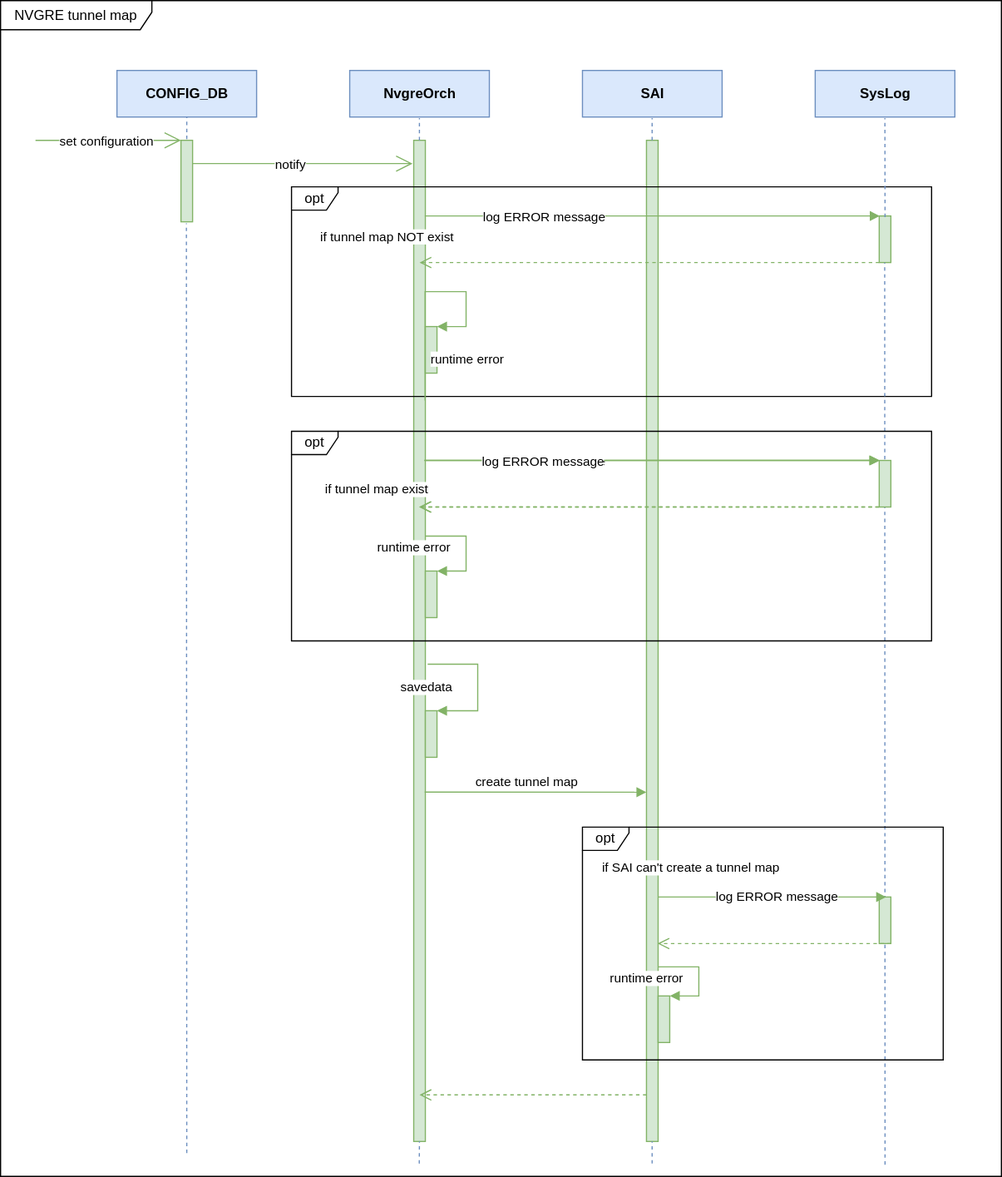
Earlier version of the draw.io export doc/nvgre_tunnel/images/nvgre_tunnel_create_uml.svg (sonic-net/SONiC). Source tidied: cells renumbered, new cells last; positions are measured from the earlier drawing's top-left corner, leaving out a move shared by most shapes.
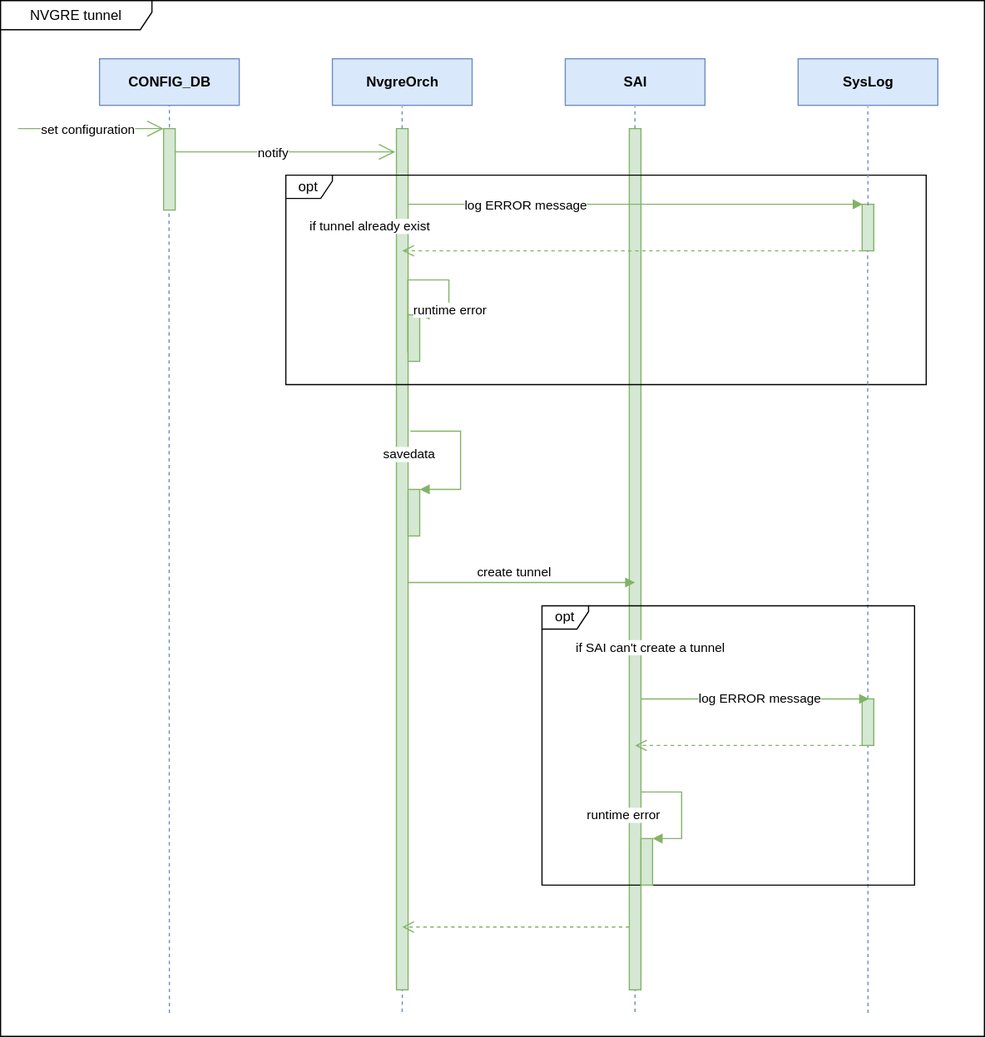
The same diagram one commit later.

Change to the diagram source:
```diff
@@ -26,7 +26,7 @@
       </mxGeometry>
     </mxCell>
     <mxCell id="8" style="html=1;points=[];perimeter=orthogonalPerimeter;fillColor=#d5e8d4;strokeColor=#82b366;" parent="1" vertex="1">
-      <mxGeometry x="355" y="120" width="10" height="860" as="geometry" />
+      <mxGeometry x="355" y="120" width="10" height="740" as="geometry" />
     </mxCell>
     <mxCell id="9" style="endArrow=open;endFill=1;endSize=12;html=1;fillColor=#d5e8d4;strokeColor=#82b366;" parent="1" edge="1">
       <mxGeometry relative="1" as="geometry">
@@ -40,12 +40,12 @@
       </mxGeometry>
     </mxCell>
     <mxCell id="11" style="html=1;points=[];perimeter=orthogonalPerimeter;fillColor=#d5e8d4;strokeColor=#82b366;" parent="1" vertex="1">
-      <mxGeometry x="555" y="120" width="10" height="860" as="geometry" />
+      <mxGeometry x="555" y="120" width="10" height="740" as="geometry" />
     </mxCell>
     <mxCell id="12" value="opt" style="shape=umlFrame;whiteSpace=wrap;html=1;width=40;height=20;fillColor=#FFFFFF;" parent="1" vertex="1">
-      <mxGeometry x="250" y="160" width="550" height="180" as="geometry" />
+      <mxGeometry x="260" y="160" width="550" height="180" as="geometry" />
     </mxCell>
-    <mxCell id="13" value="if tunnel map NOT exist" style="edgeLabel;html=1;align=center;verticalAlign=middle;" parent="1" vertex="1">
+    <mxCell id="13" value="if tunnel already exist" style="edgeLabel;html=1;align=center;verticalAlign=middle;" parent="1" vertex="1">
       <mxGeometry x="330" y="205" as="geometry">
         <mxPoint x="1" y="-2" as="offset" />
       </mxGeometry>
@@ -97,32 +97,32 @@
     </mxCell>
     <mxCell id="22" style="endArrow=none;dashed=1;html=1;shadow=0;fillColor=#dae8fc;strokeColor=#6c8ebf;" parent="1" edge="1">
       <mxGeometry relative="1" as="geometry">
-        <mxPoint x="760" y="1000" as="sourcePoint" />
+        <mxPoint x="760" y="880" as="sourcePoint" />
         <mxPoint x="759.7" y="225" as="targetPoint" />
       </mxGeometry>
     </mxCell>
     <mxCell id="23" style="endArrow=none;dashed=1;html=1;shadow=0;fillColor=#dae8fc;strokeColor=#6c8ebf;entryX=0.467;entryY=1.018;entryDx=0;entryDy=0;entryPerimeter=0;" parent="1" edge="1" target="5">
       <mxGeometry relative="1" as="geometry">
-        <mxPoint x="160" y="990" as="sourcePoint" />
+        <mxPoint x="160" y="880" as="sourcePoint" />
       </mxGeometry>
     </mxCell>
     <mxCell id="24" style="endArrow=none;dashed=1;html=1;shadow=0;fillColor=#dae8fc;strokeColor=#6c8ebf;" parent="1" edge="1">
       <mxGeometry relative="1" as="geometry">
-        <mxPoint x="359.8" y="999" as="sourcePoint" />
-        <mxPoint x="359.8" y="980" as="targetPoint" />
+        <mxPoint x="359.9" y="879" as="sourcePoint" />
+        <mxPoint x="359.9" y="860" as="targetPoint" />
         <Array as="points">
-          <mxPoint x="359.9" y="980" />
+          <mxPoint x="360.1" y="860" />
         </Array>
       </mxGeometry>
     </mxCell>
     <mxCell id="25" style="endArrow=none;dashed=1;html=1;shadow=0;fillColor=#dae8fc;strokeColor=#6c8ebf;" parent="1" edge="1">
       <mxGeometry relative="1" as="geometry">
-        <mxPoint x="559.9" y="999" as="sourcePoint" />
-        <mxPoint x="559.9" y="980" as="targetPoint" />
+        <mxPoint x="559.9" y="879" as="sourcePoint" />
+        <mxPoint x="559.9" y="860" as="targetPoint" />
       </mxGeometry>
     </mxCell>
-    <mxCell id="26" value="NVGRE tunnel map" style="shape=umlFrame;whiteSpace=wrap;html=1;fillColor=#FFFFFF;width=130;height=25;" parent="1" vertex="1">
-      <mxGeometry width="860" height="1010" as="geometry" />
+    <mxCell id="26" value="NVGRE tunnel" style="shape=umlFrame;whiteSpace=wrap;html=1;fillColor=#FFFFFF;width=130;height=25;" parent="1" vertex="1">
+      <mxGeometry x="15" y="10" width="845" height="890" as="geometry" />
     </mxCell>
     <mxCell id="27" style="html=1;points=[];perimeter=orthogonalPerimeter;fillColor=#d5e8d4;strokeColor=#82b366;" parent="1" vertex="1">
       <mxGeometry x="365" y="280" width="10" height="40" as="geometry" />
@@ -136,123 +136,67 @@
         <mxPoint x="-45" y="-36" as="offset" />
       </mxGeometry>
     </mxCell>
-    <mxCell id="29" value="opt" style="shape=umlFrame;whiteSpace=wrap;html=1;width=40;height=20;fillColor=#FFFFFF;" parent="1" vertex="1">
-      <mxGeometry x="250" y="370" width="550" height="180" as="geometry" />
-    </mxCell>
-    <mxCell id="30" style="html=1;perimeter=orthogonalPerimeter;fillColor=#d5e8d4;strokeColor=#82b366;" parent="1" vertex="1">
-      <mxGeometry x="755" y="395" width="10" height="40" as="geometry" />
-    </mxCell>
-    <mxCell id="31" value="log ERROR message" style="edgeStyle=orthogonalEdgeStyle;html=1;align=left;spacingLeft=2;endArrow=block;rounded=0;shadow=0;fillColor=#d5e8d4;strokeColor=#82b366;" parent="1" edge="1">
-      <mxGeometry x="-0.77" y="-1" relative="1" as="geometry">
-        <mxPoint x="364.5" y="395" as="sourcePoint" />
-        <mxPoint x="755.5" y="395" as="targetPoint" />
-        <Array as="points">
-          <mxPoint x="364.5" y="395" />
-        </Array>
-      </mxGeometry>
-    </mxCell>
-    <mxCell id="32" style="html=1;verticalAlign=bottom;endArrow=open;dashed=1;endSize=8;shadow=0;fillColor=#d5e8d4;strokeColor=#82b366;" parent="1" edge="1">
-      <mxGeometry relative="1" as="geometry">
-        <mxPoint x="755" y="435" as="sourcePoint" />
-        <mxPoint x="360" y="435" as="targetPoint" />
-      </mxGeometry>
-    </mxCell>
-    <mxCell id="33" style="html=1;points=[];perimeter=orthogonalPerimeter;fillColor=#d5e8d4;strokeColor=#82b366;" parent="1" vertex="1">
-      <mxGeometry x="365" y="490" width="10" height="40" as="geometry" />
-    </mxCell>
-    <mxCell id="34" value="runtime error" style="edgeStyle=orthogonalEdgeStyle;html=1;align=left;spacingLeft=2;endArrow=block;rounded=0;entryX=1;entryY=0;exitX=0.981;exitY=0.26;exitDx=0;exitDy=0;exitPerimeter=0;fillColor=#d5e8d4;strokeColor=#82b366;" parent="1" edge="1" target="33">
-      <mxGeometry x="-1" y="-46" relative="1" as="geometry">
-        <mxPoint x="364.8" y="460" as="sourcePoint" />
-        <Array as="points">
-          <mxPoint x="400" y="460" />
-          <mxPoint x="400" y="490" />
-        </Array>
-        <mxPoint x="-45" y="-36" as="offset" />
-      </mxGeometry>
-    </mxCell>
-    <mxCell id="35" value="if tunnel map exist" style="edgeLabel;html=1;align=center;verticalAlign=middle;" parent="1" vertex="1">
-      <mxGeometry x="370" y="205" as="geometry">
-        <mxPoint x="-48" y="215" as="offset" />
-      </mxGeometry>
-    </mxCell>
     <mxCell id="36" style="html=1;points=[];perimeter=orthogonalPerimeter;fillColor=#d5e8d4;strokeColor=#82b366;" parent="1" vertex="1">
-      <mxGeometry x="365" y="610" width="10" height="40" as="geometry" />
+      <mxGeometry x="365" y="430" width="10" height="40" as="geometry" />
     </mxCell>
     <mxCell id="37" value="savedata" style="edgeStyle=orthogonalEdgeStyle;html=1;align=left;spacingLeft=2;endArrow=block;rounded=0;entryX=1;entryY=0;fillColor=#d5e8d4;strokeColor=#82b366;" parent="1" edge="1" target="36">
       <mxGeometry x="-1" y="-34" relative="1" as="geometry">
-        <mxPoint x="367" y="570" as="sourcePoint" />
+        <mxPoint x="367" y="380" as="sourcePoint" />
         <Array as="points">
-          <mxPoint x="367" y="570" />
-          <mxPoint x="410" y="570" />
-          <mxPoint x="410" y="610" />
+          <mxPoint x="410" y="380" />
+          <mxPoint x="410" y="430" />
         </Array>
         <mxPoint x="-27" y="-14" as="offset" />
       </mxGeometry>
     </mxCell>
-    <mxCell id="38" value="create tunnel map" style="html=1;verticalAlign=bottom;endArrow=block;fillColor=#d5e8d4;strokeColor=#82b366;exitX=0.939;exitY=0.651;exitDx=0;exitDy=0;exitPerimeter=0;" parent="1" edge="1" source="8">
+    <mxCell id="38" value="create tunnel" style="html=1;verticalAlign=bottom;endArrow=block;fillColor=#d5e8d4;strokeColor=#82b366;" parent="1" edge="1">
       <mxGeometry x="-0.08" relative="1" as="geometry">
-        <mxPoint x="555" y="680" as="targetPoint" />
+        <mxPoint x="365" y="510" as="sourcePoint" />
+        <mxPoint x="560" y="510" as="targetPoint" />
       </mxGeometry>
     </mxCell>
     <mxCell id="39" style="html=1;verticalAlign=bottom;endArrow=open;dashed=1;endSize=8;fillColor=#d5e8d4;strokeColor=#82b366;" parent="1" edge="1">
       <mxGeometry relative="1" as="geometry">
-        <mxPoint x="555" y="940" as="sourcePoint" />
-        <mxPoint x="360" y="940" as="targetPoint" />
+        <mxPoint x="555" y="806" as="sourcePoint" />
+        <mxPoint x="360" y="806" as="targetPoint" />
       </mxGeometry>
     </mxCell>
-    <mxCell id="40" value="log ERROR message" style="edgeStyle=orthogonalEdgeStyle;html=1;align=left;spacingLeft=2;endArrow=block;rounded=0;shadow=0;fillColor=#d5e8d4;strokeColor=#82b366;" parent="1" edge="1">
-      <mxGeometry x="-0.77" y="-1" relative="1" as="geometry">
-        <mxPoint x="364" y="395" as="sourcePoint" />
-        <mxPoint x="755" y="395" as="targetPoint" />
-        <Array as="points">
-          <mxPoint x="364" y="395" />
-        </Array>
-      </mxGeometry>
-    </mxCell>
-    <mxCell id="41" style="html=1;verticalAlign=bottom;endArrow=open;dashed=1;endSize=8;shadow=0;fillColor=#d5e8d4;strokeColor=#82b366;" parent="1" edge="1">
-      <mxGeometry relative="1" as="geometry">
-        <mxPoint x="754.5" y="435" as="sourcePoint" />
-        <mxPoint x="359.5" y="435" as="targetPoint" />
-      </mxGeometry>
-    </mxCell>
     <mxCell id="42" value="opt" style="shape=umlFrame;whiteSpace=wrap;html=1;width=40;height=20;fillColor=#FFFFFF;" parent="1" vertex="1">
-      <mxGeometry x="500" y="710" width="310" height="200" as="geometry" />
+      <mxGeometry x="480" y="530" width="320" height="240" as="geometry" />
     </mxCell>
     <mxCell id="43" style="html=1;perimeter=orthogonalPerimeter;fillColor=#d5e8d4;strokeColor=#82b366;" parent="1" vertex="1">
-      <mxGeometry x="755" y="770" width="10" height="40" as="geometry" />
+      <mxGeometry x="755" y="610" width="10" height="40" as="geometry" />
     </mxCell>
     <mxCell id="44" style="html=1;points=[];perimeter=orthogonalPerimeter;fillColor=#d5e8d4;strokeColor=#82b366;" parent="1" vertex="1">
-      <mxGeometry x="565" y="855" width="10" height="40" as="geometry" />
+      <mxGeometry x="565" y="730" width="10" height="40" as="geometry" />
     </mxCell>
-    <mxCell id="45" value="runtime error" style="edgeStyle=orthogonalEdgeStyle;html=1;align=left;spacingLeft=2;endArrow=block;rounded=0;entryX=1;entryY=0;fillColor=#d5e8d4;strokeColor=#82b366;" parent="1" edge="1" target="44">
-      <mxGeometry x="-1" y="-46" relative="1" as="geometry">
-        <mxPoint x="565" y="830" as="sourcePoint" />
+    <mxCell id="45" value="runtime error" style="edgeStyle=orthogonalEdgeStyle;html=1;align=left;spacingLeft=2;endArrow=block;rounded=0;entryX=1;entryY=0;fillColor=#d5e8d4;strokeColor=#82b366;" parent="1" edge="1" source="11" target="44">
+      <mxGeometry x="-1" y="-54" relative="1" as="geometry">
         <Array as="points">
-          <mxPoint x="565" y="830" />
-          <mxPoint x="600" y="830" />
-          <mxPoint x="600" y="855" />
+          <mxPoint x="600" y="690" />
+          <mxPoint x="600" y="730" />
         </Array>
-        <mxPoint x="-45" y="-36" as="offset" />
+        <mxPoint x="-50" y="-34" as="offset" />
       </mxGeometry>
     </mxCell>
     <mxCell id="46" value="log ERROR message" style="edgeStyle=orthogonalEdgeStyle;html=1;align=left;spacingLeft=2;endArrow=block;rounded=0;shadow=0;fillColor=#d5e8d4;strokeColor=#82b366;" parent="1" edge="1">
       <mxGeometry x="-0.53" relative="1" as="geometry">
-        <mxPoint x="565" y="770" as="sourcePoint" />
-        <mxPoint x="761" y="770" as="targetPoint" />
+        <mxPoint x="565" y="610" as="sourcePoint" />
+        <mxPoint x="761" y="610" as="targetPoint" />
         <Array as="points">
-          <mxPoint x="565" y="770" />
+          <mxPoint x="565" y="610" />
         </Array>
       </mxGeometry>
     </mxCell>
     <mxCell id="47" style="html=1;verticalAlign=bottom;endArrow=open;dashed=1;endSize=8;shadow=0;fillColor=#d5e8d4;strokeColor=#82b366;" parent="1" edge="1">
       <mxGeometry relative="1" as="geometry">
-        <mxPoint x="765" y="810" as="sourcePoint" />
-        <mxPoint x="564.5" y="810" as="targetPoint" />
+        <mxPoint x="755.5" y="650" as="sourcePoint" />
+        <mxPoint x="560" y="650" as="targetPoint" />
       </mxGeometry>
     </mxCell>
-    <mxCell id="48" value="if SAI can't create a tunnel map" style="edgeLabel;html=1;align=center;verticalAlign=middle;" parent="1" vertex="1">
-      <mxGeometry x="640" y="530" as="geometry">
-        <mxPoint x="-48" y="215" as="offset" />
+    <mxCell id="48" value="if SAI can't create a tunnel" style="edgeLabel;html=1;align=center;verticalAlign=middle;" parent="1" vertex="1">
+      <mxGeometry x="620" y="510" as="geometry">
+        <mxPoint x="-48" y="55" as="offset" />
       </mxGeometry>
     </mxCell>
   </root>
```
